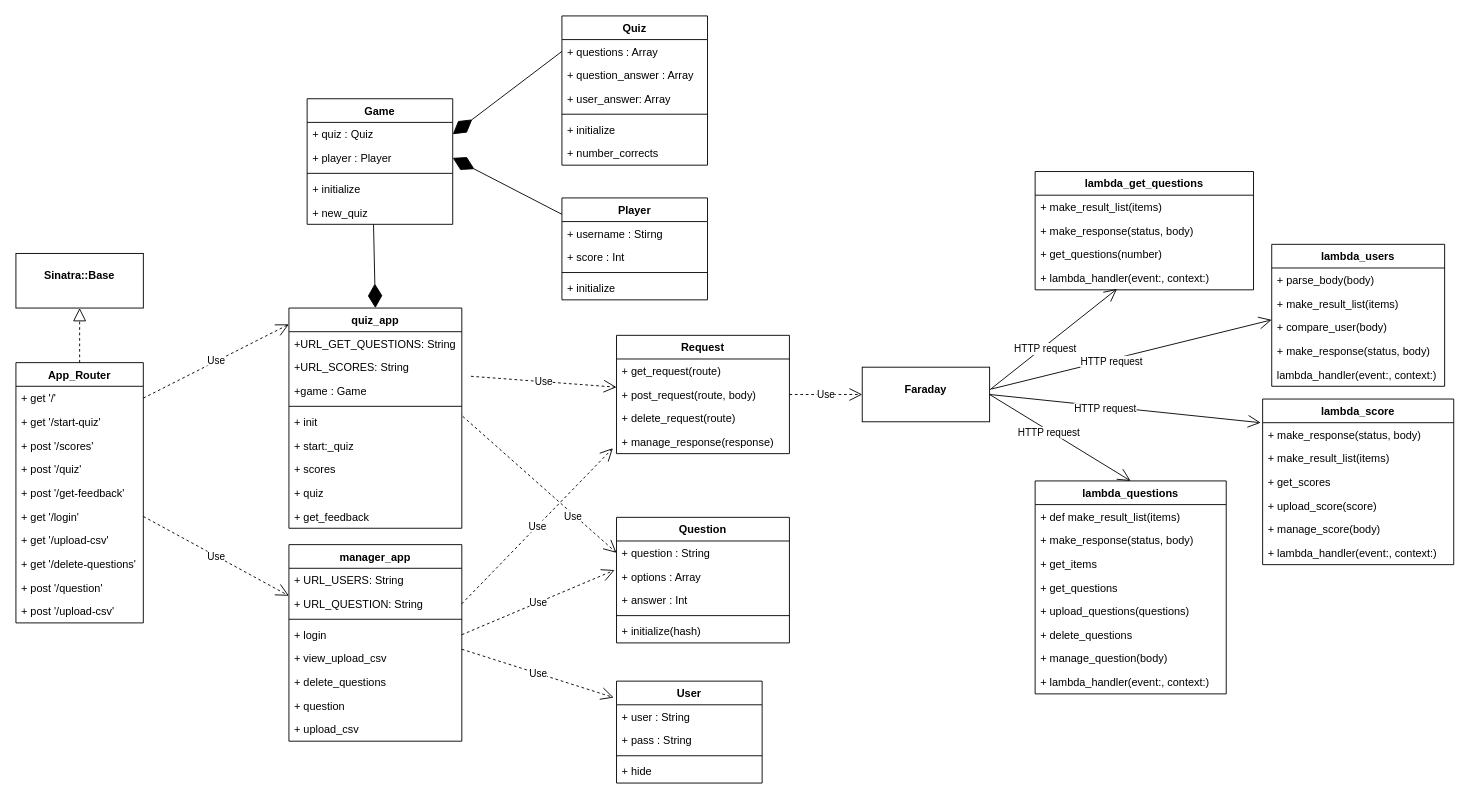
Above: img/logical-view.drawio in FelipeOsornio/QuizApp (draw.io), before the change. Source tidied: cells renumbered, new cells numbered last; positions are measured from the earlier drawing's top-left corner, leaving out a move shared by most shapes. Both pictures are drawn from the tidied source at 91%, with x=0, y=0 at pixel (15, 15).
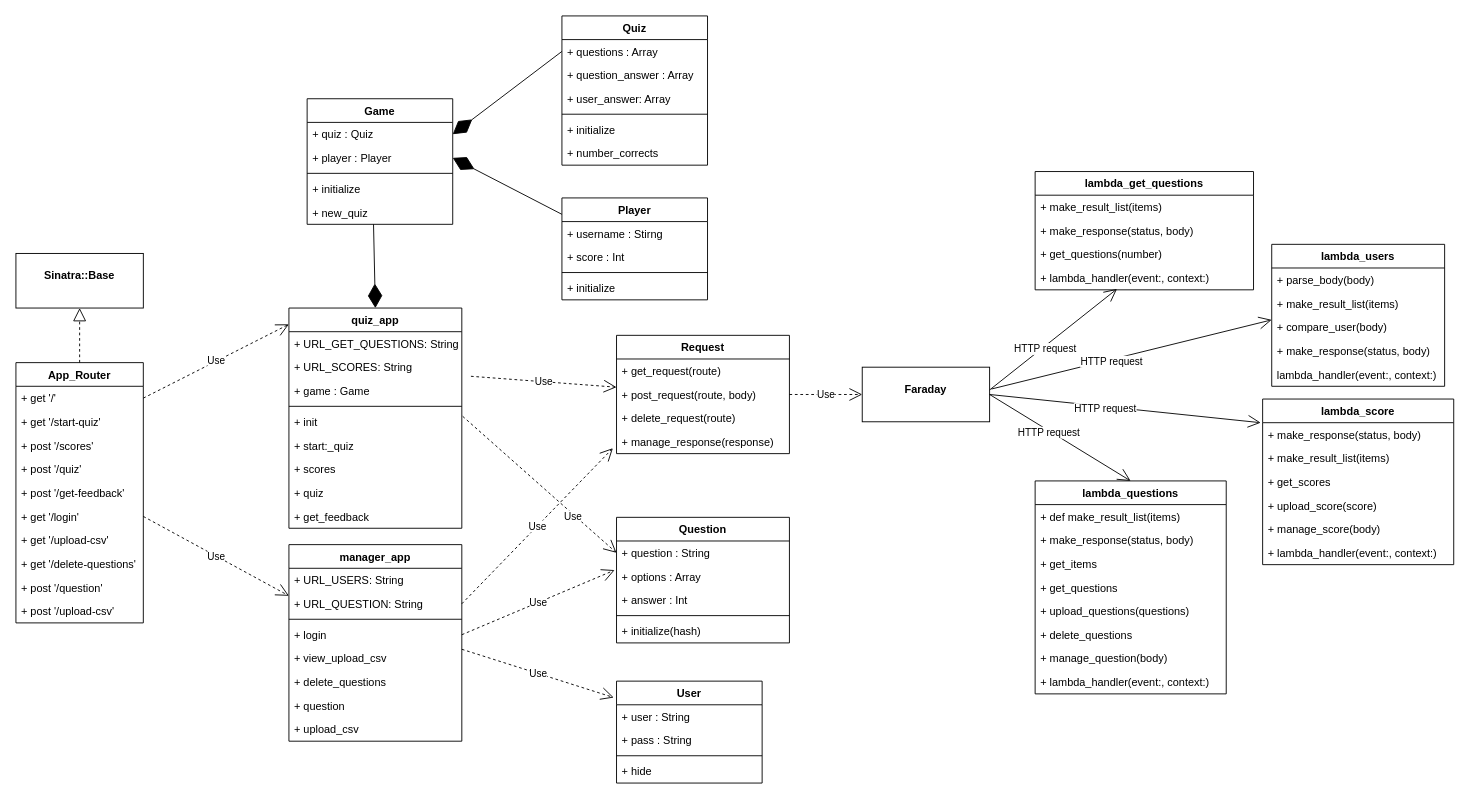
The same page after the edit.

Unchanged cells that the change refers to:
```xml
<mxCell id="7" value="quiz_app" style="swimlane;fontStyle=1;align=center;verticalAlign=top;horizontal=1;startSize=26;" parent="1" vertex="1">
  <mxGeometry x="300" y="321" width="190" height="242" as="geometry" />
</mxCell>
```

What changed in the source:
```diff
@@
-    <mxCell id="8" value="+URL_GET_QUESTIONS: String" style="text;strokeColor=none;fillColor=none;align=left;verticalAlign=top;spacingLeft=4;spacingRight=4;overflow=hidden;" parent="7" vertex="1">
+    <mxCell id="8" value="+ URL_GET_QUESTIONS: String" style="text;strokeColor=none;fillColor=none;align=left;verticalAlign=top;spacingLeft=4;spacingRight=4;overflow=hidden;" parent="7" vertex="1">
       <mxGeometry y="26" width="190" height="26" as="geometry" />
     </mxCell>
-    <mxCell id="9" value="+URL_SCORES: String" style="text;strokeColor=none;fillColor=none;align=left;verticalAlign=top;spacingLeft=4;spacingRight=4;overflow=hidden;" parent="7" vertex="1">
+    <mxCell id="9" value="+ URL_SCORES: String" style="text;strokeColor=none;fillColor=none;align=left;verticalAlign=top;spacingLeft=4;spacingRight=4;overflow=hidden;" parent="7" vertex="1">
       <mxGeometry y="52" width="190" height="26" as="geometry" />
     </mxCell>
-    <mxCell id="10" value="+game : Game  " style="text;strokeColor=none;fillColor=none;align=left;verticalAlign=top;spacingLeft=4;spacingRight=4;overflow=hidden;" parent="7" vertex="1">
+    <mxCell id="10" value="+ game : Game  " style="text;strokeColor=none;fillColor=none;align=left;verticalAlign=top;spacingLeft=4;spacingRight=4;overflow=hidden;" parent="7" vertex="1">
       <mxGeometry y="78" width="190" height="26" as="geometry" />
     </mxCell>
```
